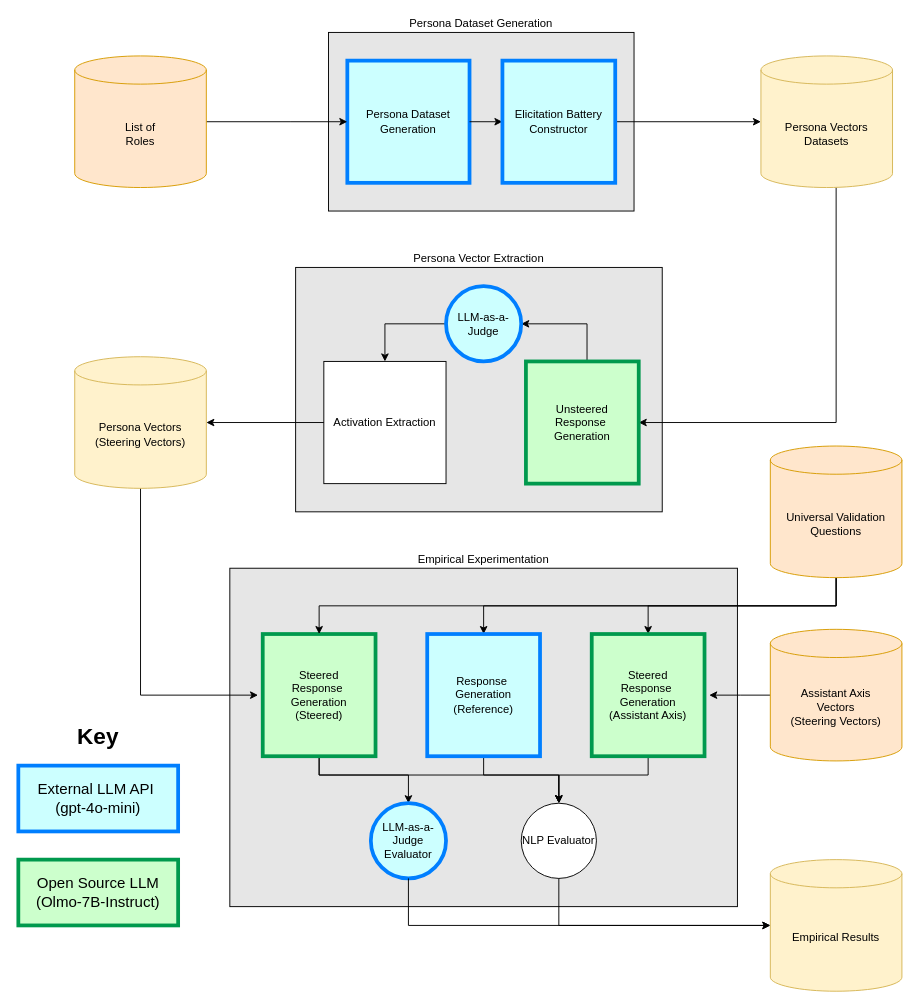
Before: persona_vector_pipeline.drawio in HCAI-Lab-GT/casting-call-vectors, a draw.io diagram. Source tidied: cells renumbered, new cells numbered last; positions are measured from the earlier drawing's top-left corner, leaving out a move shared by most shapes. Both pictures are drawn from the tidied source at 94%, with x=0, y=0 at pixel (18, 32).
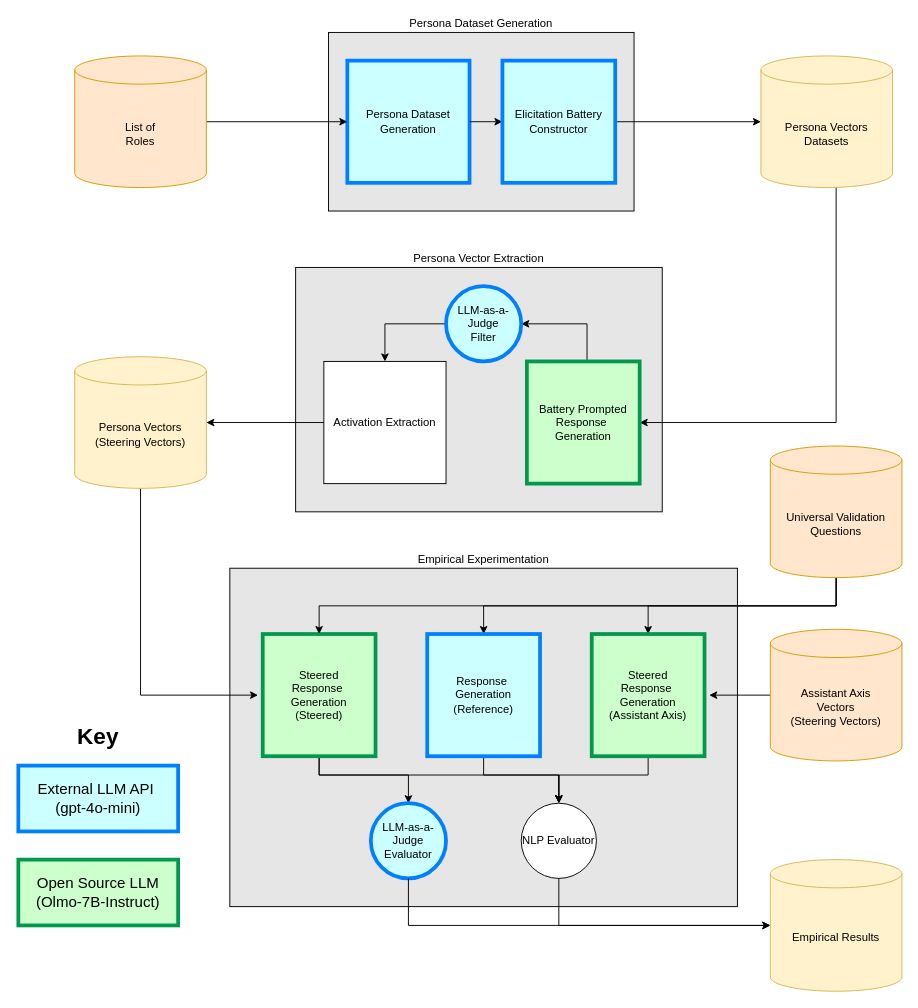
The same diagram, later.

The edit, as a diff of the source:
```diff
@@
-    <mxCell id="15" value="&lt;div&gt;Unsteered&lt;/div&gt;&lt;div&gt;Response&amp;nbsp;&lt;/div&gt;&lt;div&gt;Generation&lt;/div&gt;" style="rounded=0;whiteSpace=wrap;html=1;strokeWidth=4;strokeColor=light-dark(#00994D,#66FFB3);fillColor=#CCFFCC;" parent="1" vertex="1">
-      <mxGeometry x="540" y="350" width="120" height="130" as="geometry" />
+    <mxCell id="15" value="&lt;div&gt;Battery Prompted&lt;/div&gt;&lt;div&gt;Response&amp;nbsp;&lt;/div&gt;&lt;div&gt;Generation&lt;/div&gt;" style="rounded=0;whiteSpace=wrap;html=1;strokeWidth=4;strokeColor=light-dark(#00994D,#66FFB3);fillColor=#CCFFCC;" parent="1" vertex="1">
+      <mxGeometry x="541" y="350" width="120" height="130" as="geometry" />
     </mxCell>
@@
-    <mxCell id="25" value="LLM-as-a-Judge" style="ellipse;whiteSpace=wrap;html=1;strokeWidth=4;strokeColor=light-dark(#007FFF,#66FFFF);fillColor=#CCFFFF;" parent="1" vertex="1">
+    <mxCell id="25" value="&lt;div&gt;LLM-as-a-Judge&lt;/div&gt;Filter" style="ellipse;whiteSpace=wrap;html=1;strokeWidth=4;strokeColor=light-dark(#007FFF,#66FFFF);fillColor=#CCFFFF;" parent="1" vertex="1">
       <mxGeometry x="455" y="270" width="80" height="80" as="geometry" />
     </mxCell>
```
